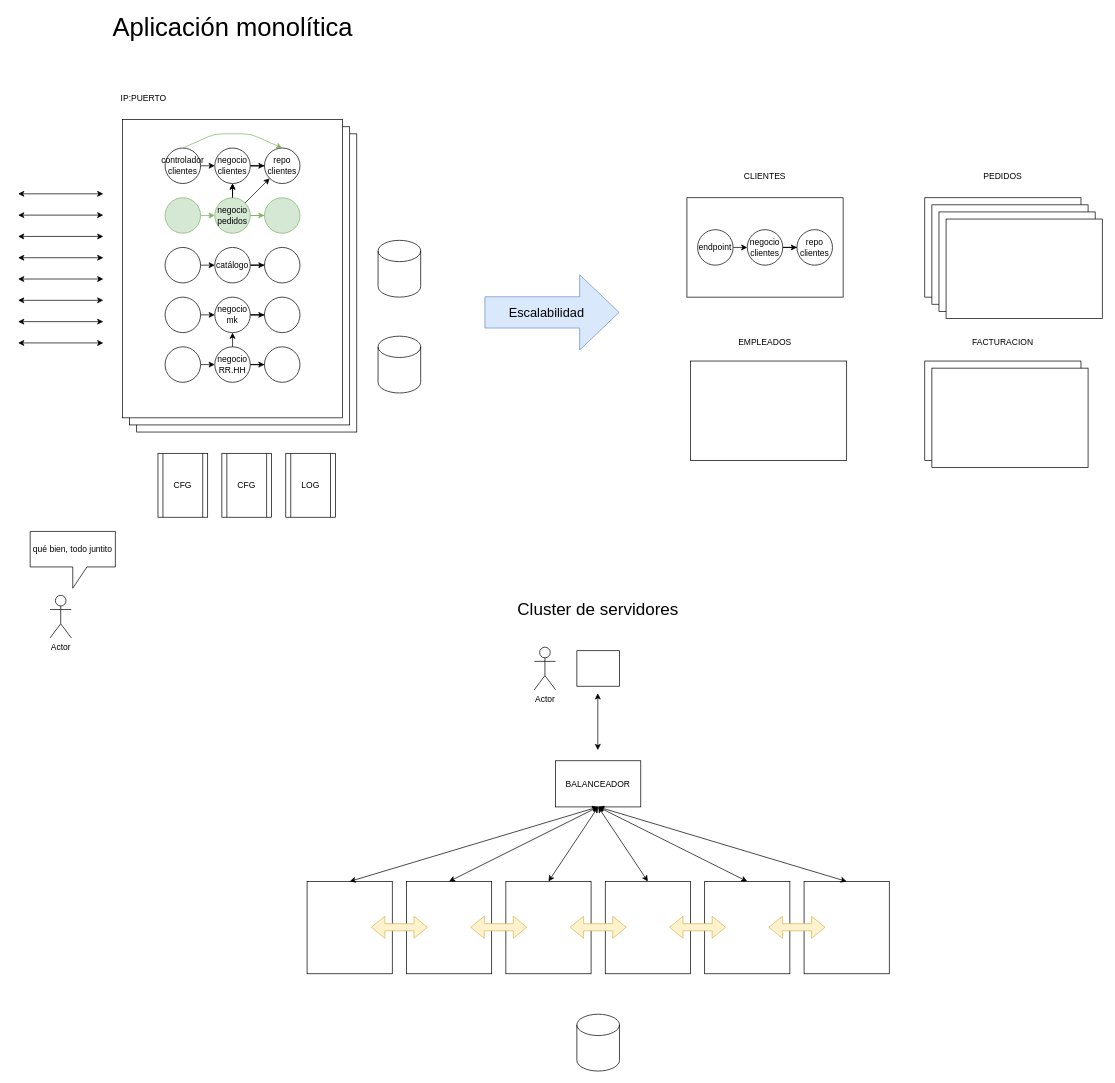
This is page "Página-9" (9 of 32) of patrones_2022_5.drawio from lrag/Patrones, a draw.io file, before an edit. Source tidied: cells renumbered, new cells numbered last; positions are measured from the earlier drawing's top-left corner, leaving out a move shared by most shapes. Both pictures are drawn from the tidied source at 71%, with x=0, y=0 at pixel (18, 20).
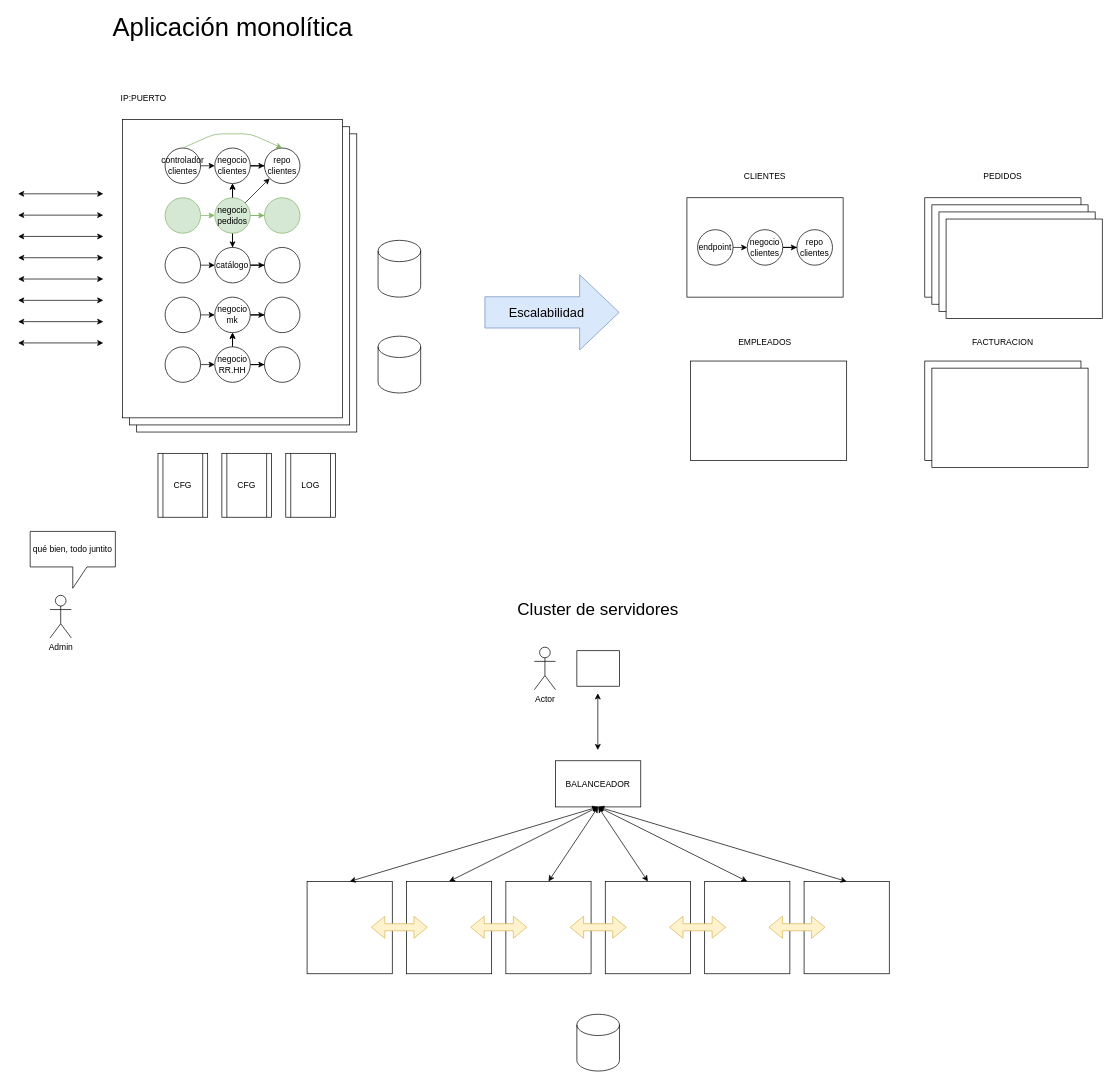
The same page after the edit.

Unchanged cells that the change refers to:
```xml
<mxCell id="14" value="negocio&lt;br&gt;pedidos" style="ellipse;whiteSpace=wrap;html=1;fillColor=#d5e8d4;strokeColor=#82b366;" parent="1" vertex="1">
  <mxGeometry x="277" y="250" width="50" height="50" as="geometry" />
</mxCell>
<mxCell id="19" value="catálogo" style="ellipse;whiteSpace=wrap;html=1;" parent="1" vertex="1">
  <mxGeometry x="277" y="320" width="50" height="50" as="geometry" />
</mxCell>
<mxCell id="24" value="negocio&lt;br&gt;mk" style="ellipse;whiteSpace=wrap;html=1;" parent="1" vertex="1">
  <mxGeometry x="277" y="390" width="50" height="50" as="geometry" />
</mxCell>
<mxCell id="29" value="negocio&lt;br&gt;RR.HH" style="ellipse;whiteSpace=wrap;html=1;" parent="1" vertex="1">
  <mxGeometry x="277" y="460" width="50" height="50" as="geometry" />
</mxCell>
```

The edit, as a diff of the source:
```diff
@@
+    <mxCell id="94" style="edgeStyle=orthogonalEdgeStyle;rounded=0;jettySize=auto;html=1;" parent="1" edge="1" source="14" target="19">
+      <mxGeometry relative="1" as="geometry" />
+    </mxCell>
@@
+    <mxCell id="95" style="edgeStyle=orthogonalEdgeStyle;rounded=1;jettySize=auto;html=1;" parent="1" edge="1" source="29" target="24">
+      <mxGeometry relative="1" as="geometry" />
+    </mxCell>
@@
-    <mxCell id="45" value="Actor" style="shape=umlActor;verticalLabelPosition=bottom;verticalAlign=top;html=1;fillColor=none;" parent="1" vertex="1">
+    <mxCell id="45" value="Admin" style="shape=umlActor;verticalLabelPosition=bottom;verticalAlign=top;html=1;fillColor=none;" parent="1" vertex="1">
       <mxGeometry x="45" y="810" width="30" height="60" as="geometry" />
     </mxCell>
```
